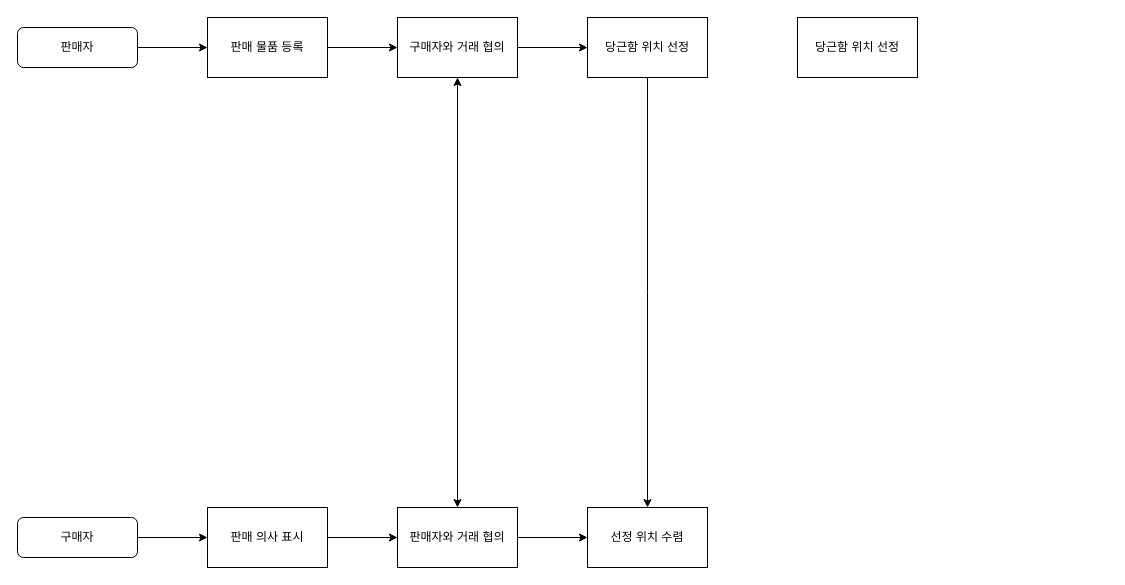
The draw.io diagram Untitled Diagram.drawio in Daseul-Kim/essay, before the edit. Source tidied: cells renumbered, new cells numbered last; positions are measured from the earlier drawing's top-left corner, leaving out a move shared by most shapes. Both pictures are drawn from the tidied source at 100%, with x=0, y=0 at pixel (17, 17).
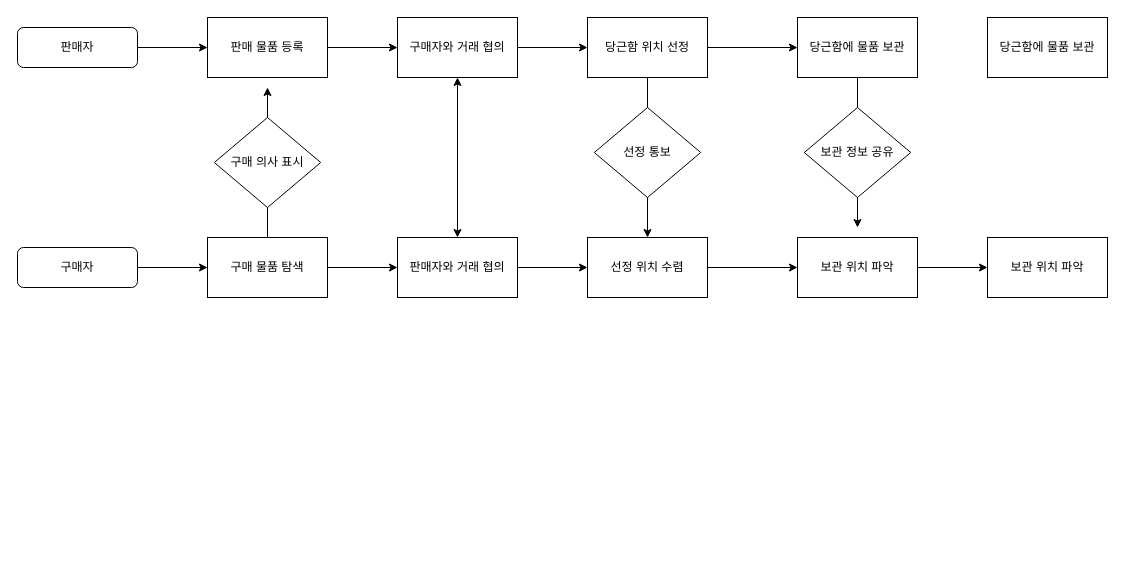
Above is the later version.

Unchanged cells that the change refers to:
```xml
<mxCell id="13" value="당근함 위치 선정" style="rounded=0;whiteSpace=wrap;html=1;" parent="1" vertex="1">
  <mxGeometry x="570" width="120" height="60" as="geometry" />
</mxCell>
```

What changed in the source:
```diff
@@
     <mxCell id="5" value="구매자" style="rounded=1;whiteSpace=wrap;html=1;fontSize=12;glass=0;strokeWidth=1;shadow=0;" parent="1" vertex="1">
-      <mxGeometry y="500" width="120" height="40" as="geometry" />
+      <mxGeometry y="230" width="120" height="40" as="geometry" />
     </mxCell>
@@
+    <mxCell id="19" style="edgeStyle=orthogonalEdgeStyle;rounded=0;jettySize=auto;html=1;" parent="1" edge="1" source="9">
+      <mxGeometry relative="1" as="geometry">
+        <mxPoint x="250" y="70" as="targetPoint" />
+      </mxGeometry>
+    </mxCell>
-    <mxCell id="9" value="판매 의사 표시" style="rounded=0;whiteSpace=wrap;html=1;" parent="1" vertex="1">
-      <mxGeometry x="190" y="490" width="120" height="60" as="geometry" />
+    <mxCell id="9" value="구매 물품 탐색" style="rounded=0;whiteSpace=wrap;html=1;" parent="1" vertex="1">
+      <mxGeometry x="190" y="220" width="120" height="60" as="geometry" />
     </mxCell>
@@
-    <mxCell id="12" style="edgeStyle=orthogonalEdgeStyle;rounded=0;jettySize=auto;html=1;" parent="1" edge="1" source="13">
-      <mxGeometry relative="1" as="geometry">
-        <mxPoint x="630" y="490" as="targetPoint" />
-      </mxGeometry>
+    <mxCell id="12" style="edgeStyle=orthogonalEdgeStyle;rounded=0;jettySize=auto;html=1;entryX=0.5;entryY=0;entryDx=0;entryDy=0;" parent="1" edge="1" source="13" target="18">
+      <mxGeometry relative="1" as="geometry" />
     </mxCell>
+    <mxCell id="20" style="edgeStyle=orthogonalEdgeStyle;rounded=0;jettySize=auto;html=1;entryX=0;entryY=0.5;entryDx=0;entryDy=0;" parent="1" edge="1" source="13" target="14">
+      <mxGeometry relative="1" as="geometry" />
+    </mxCell>
@@
+    <mxCell id="21" style="edgeStyle=orthogonalEdgeStyle;rounded=0;jettySize=auto;html=1;" parent="1" edge="1" source="14">
+      <mxGeometry relative="1" as="geometry">
+        <mxPoint x="840" y="210" as="targetPoint" />
+      </mxGeometry>
+    </mxCell>
-    <mxCell id="14" value="당근함 위치 선정" style="rounded=0;whiteSpace=wrap;html=1;" parent="1" vertex="1">
+    <mxCell id="14" value="당근함에 물품 보관" style="rounded=0;whiteSpace=wrap;html=1;" parent="1" vertex="1">
       <mxGeometry x="780" width="120" height="60" as="geometry" />
     </mxCell>
@@
     <mxCell id="16" value="판매자와 거래 협의" style="rounded=0;whiteSpace=wrap;html=1;" parent="1" vertex="1">
-      <mxGeometry x="380" y="490" width="120" height="60" as="geometry" />
+      <mxGeometry x="380" y="220" width="120" height="60" as="geometry" />
     </mxCell>
@@
+    <mxCell id="22" style="edgeStyle=orthogonalEdgeStyle;rounded=0;jettySize=auto;html=1;entryX=0;entryY=0.5;entryDx=0;entryDy=0;" parent="1" edge="1" source="18" target="26">
+      <mxGeometry relative="1" as="geometry" />
+    </mxCell>
     <mxCell id="18" value="선정 위치 수렴" style="rounded=0;whiteSpace=wrap;html=1;" parent="1" vertex="1">
-      <mxGeometry x="570" y="490" width="120" height="60" as="geometry" />
+      <mxGeometry x="570" y="220" width="120" height="60" as="geometry" />
     </mxCell>
+    <mxCell id="23" value="선정 통보" style="rhombus;whiteSpace=wrap;html=1;" parent="1" vertex="1">
+      <mxGeometry x="576.8" y="90" width="106.4" height="90" as="geometry" />
+    </mxCell>
+    <mxCell id="24" value="구매 의사 표시" style="rhombus;whiteSpace=wrap;html=1;" parent="1" vertex="1">
+      <mxGeometry x="196.8" y="100" width="106.4" height="90" as="geometry" />
+    </mxCell>
+    <mxCell id="25" style="edgeStyle=orthogonalEdgeStyle;rounded=0;jettySize=auto;html=1;entryX=0;entryY=0.5;entryDx=0;entryDy=0;" parent="1" edge="1" source="26" target="29">
+      <mxGeometry relative="1" as="geometry" />
+    </mxCell>
+    <mxCell id="26" value="보관 위치 파악" style="rounded=0;whiteSpace=wrap;html=1;" parent="1" vertex="1">
+      <mxGeometry x="780" y="220" width="120" height="60" as="geometry" />
+    </mxCell>
+    <mxCell id="27" value="보관 정보 공유" style="rhombus;whiteSpace=wrap;html=1;" parent="1" vertex="1">
+      <mxGeometry x="786.8" y="90" width="106.4" height="90" as="geometry" />
+    </mxCell>
+    <mxCell id="28" value="당근함에 물품 보관" style="rounded=0;whiteSpace=wrap;html=1;" parent="1" vertex="1">
+      <mxGeometry x="970" width="120" height="60" as="geometry" />
+    </mxCell>
+    <mxCell id="29" value="보관 위치 파악" style="rounded=0;whiteSpace=wrap;html=1;" parent="1" vertex="1">
+      <mxGeometry x="970" y="220" width="120" height="60" as="geometry" />
+    </mxCell>
```
